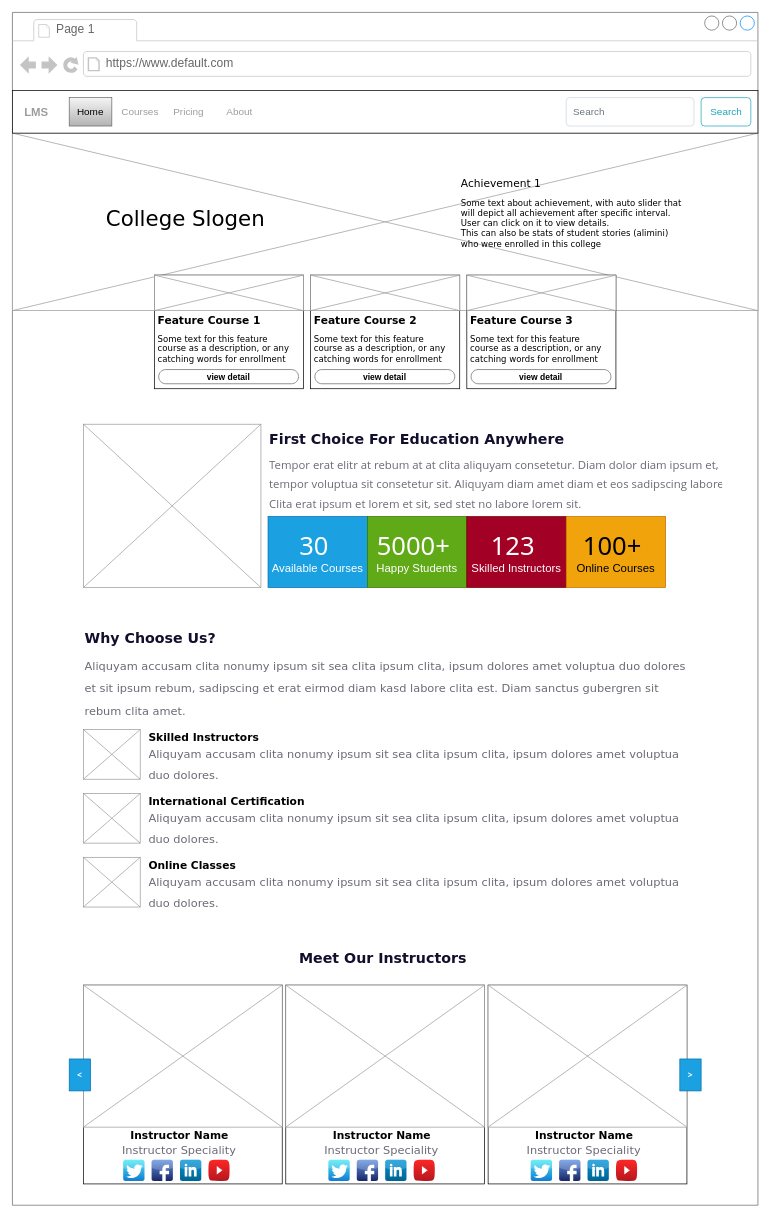
Above: page "Home Page" (1 of 2) of 02 - LMS-SysCollege/04 - UI_Designs/WireFrame_HomePage.drawio in ZohaibWaqarMalik/Technical-Business-Analyst-Projects (draw.io), before the change. Source tidied: cells renumbered, new cells numbered last; positions are measured from the earlier drawing's top-left corner, leaving out a move shared by most shapes. Both pictures are drawn from the tidied source at 71%, with x=0, y=0 at pixel (12, 12).
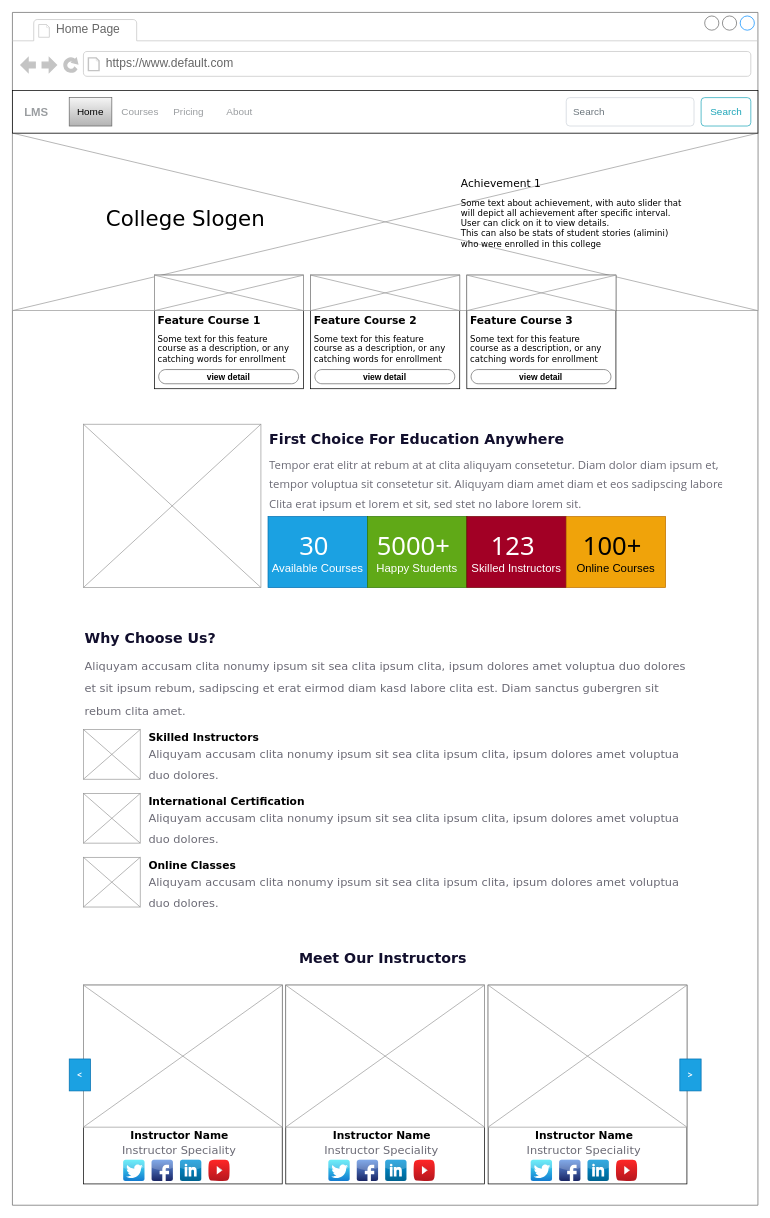
The same page after the edit.

The change refers to these unchanged cells:
```xml
<mxCell id="2" style="strokeWidth=1;shadow=0;dashed=0;align=center;html=1;shape=mxgraph.mockup.containers.browserWindow;rSize=0;strokeColor=#666666;mainText=,;rounded=0;labelBackgroundColor=none;fontFamily=Verdana;fontSize=12;" parent="1" vertex="1">
  <mxGeometry width="1050" height="1680" as="geometry" />
</mxCell>
```

Diff of the diagram source:
```diff
@@
-    <mxCell id="4" value="Page 1" style="strokeWidth=1;shadow=0;dashed=0;align=center;html=1;shape=mxgraph.mockup.containers.anchor;fontSize=17;fontColor=#666666;align=left;" parent="2" vertex="1">
+    <mxCell id="4" value="Home Page" style="strokeWidth=1;shadow=0;dashed=0;align=center;html=1;shape=mxgraph.mockup.containers.anchor;fontSize=17;fontColor=#666666;align=left;" parent="2" vertex="1">
       <mxGeometry x="60" y="12" width="110" height="26" as="geometry" />
     </mxCell>
```
